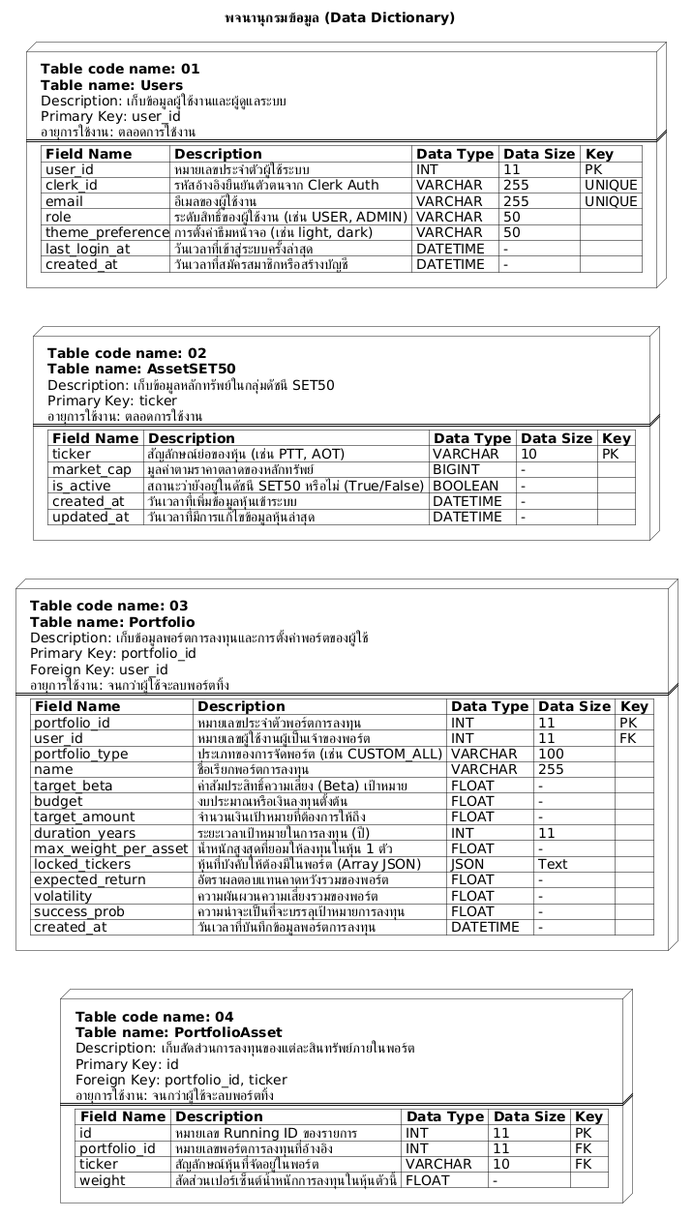
This is docs/diagrams/er/data_dictionary.png from Anatta-at/my-portfolio-app, a PlantUML export, as it was before one commit. The source it was exported from:
```plantuml
@startuml
skinparam defaultFontName "Sarabun"
skinparam monochrome true
skinparam shadowing false
skinparam nodesep 40
skinparam ranksep 40
skinparam nodeBackgroundColor white

title พจนานุกรมข้อมูล (Data Dictionary)

node Users [
**Table code name: 01**
**Table name: Users**
Description: เก็บข้อมูลผู้ใช้งานและผู้ดูแลระบบ
Primary Key: user_id
อายุการใช้งาน: ตลอดการใช้งาน
====
|= Field Name |= Description |= Data Type |= Data Size |= Key |
| user_id | หมายเลขประจำตัวผู้ใช้ระบบ | INT | 11 | PK |
| clerk_id | รหัสอ้างอิงยืนยันตัวตนจาก Clerk Auth | VARCHAR | 255 | UNIQUE |
| email | อีเมลของผู้ใช้งาน | VARCHAR | 255 | UNIQUE |
| role | ระดับสิทธิ์ของผู้ใช้งาน (เช่น USER, ADMIN) | VARCHAR | 50 | |
| theme_preference| การตั้งค่าธีมหน้าจอ (เช่น light, dark) | VARCHAR | 50 | |
| last_login_at | วันเวลาที่เข้าสู่ระบบครั้งล่าสุด | DATETIME | - | |
| created_at | วันเวลาที่สมัครสมาชิกหรือสร้างบัญชี | DATETIME | - | |
]

node AssetSET50 [
**Table code name: 02**
**Table name: AssetSET50**
Description: เก็บข้อมูลหลักทรัพย์ในกลุ่มดัชนี SET50
Primary Key: ticker
อายุการใช้งาน: ตลอดการใช้งาน
====
|= Field Name |= Description |= Data Type |= Data Size |= Key |
| ticker | สัญลักษณ์ย่อของหุ้น (เช่น PTT, AOT) | VARCHAR | 10 | PK |
| market_cap | มูลค่าตามราคาตลาดของหลักทรัพย์ | BIGINT | - | |
| is_active | สถานะว่ายังอยู่ในดัชนี SET50 หรือไม่ (True/False) | BOOLEAN | - | |
| created_at | วันเวลาที่เพิ่มข้อมูลหุ้นเข้าระบบ | DATETIME | - | |
| updated_at | วันเวลาที่มีการแก้ไขข้อมูลหุ้นล่าสุด | DATETIME | - | |
]

node Portfolio [
**Table code name: 03**
**Table name: Portfolio**
Description: เก็บข้อมูลพอร์ตการลงทุนและการตั้งค่าพอร์ตของผู้ใช้
Primary Key: portfolio_id
Foreign Key: user_id
อายุการใช้งาน: จนกว่าผู้ใช้จะลบพอร์ตทิ้ง
====
|= Field Name |= Description |= Data Type |= Data Size |= Key |
| portfolio_id | หมายเลขประจำตัวพอร์ตการลงทุน | INT | 11 | PK |
| user_id | หมายเลขผู้ใช้งานผู้เป็นเจ้าของพอร์ต | INT | 11 | FK |
| portfolio_type| ประเภทของการจัดพอร์ต (เช่น CUSTOM_ALL) | VARCHAR | 100 | |
| name | ชื่อเรียกพอร์ตการลงทุน | VARCHAR | 255 | |
| target_beta | ค่าสัมประสิทธิ์ความเสี่ยง (Beta) เป้าหมาย | FLOAT | - | |
| budget | งบประมาณหรือเงินลงทุนตั้งต้น | FLOAT | - | |
| target_amount | จำนวนเงินเป้าหมายที่ต้องการให้ถึง | FLOAT | - | |
| duration_years| ระยะเวลาเป้าหมายในการลงทุน (ปี) | INT | 11 | |
| max_weight_per_asset | น้ำหนักสูงสุดที่ยอมให้ลงทุนในหุ้น 1 ตัว | FLOAT | - | |
| locked_tickers| หุ้นที่บังคับให้ต้องมีในพอร์ต (Array JSON) | JSON | Text | |
| expected_return| อัตราผลตอบแทนคาดหวังรวมของพอร์ต | FLOAT | - | |
| volatility | ความผันผวนความเสี่ยงรวมของพอร์ต | FLOAT | - | |
| success_prob | ความน่าจะเป็นที่จะบรรลุเป้าหมายการลงทุน | FLOAT | - | |
| created_at | วันเวลาที่บันทึกข้อมูลพอร์ตการลงทุน | DATETIME | - | |
]

node PortfolioAsset [
**Table code name: 04**
**Table name: PortfolioAsset**
Description: เก็บสัดส่วนการลงทุนของแต่ละสินทรัพย์ภายในพอร์ต
Primary Key: id
Foreign Key: portfolio_id, ticker
อายุการใช้งาน: จนกว่าผู้ใช้จะลบพอร์ตทิ้ง
====
|= Field Name |= Description |= Data Type |= Data Size |= Key |
| id | หมายเลข Running ID ของรายการ | INT | 11 | PK |
| portfolio_id | หมายเลขพอร์ตการลงทุนที่อ้างอิง | INT | 11 | FK |
| ticker | สัญลักษณ์หุ้นที่จัดอยู่ในพอร์ต | VARCHAR | 10 | FK |
| weight | สัดส่วนเปอร์เซ็นต์น้ำหนักการลงทุนในหุ้นตัวนี้ | FLOAT | - | |
]

Users -[hidden]down- AssetSET50
AssetSET50 -[hidden]down- Portfolio
Portfolio -[hidden]down- PortfolioAsset

@enduml
```
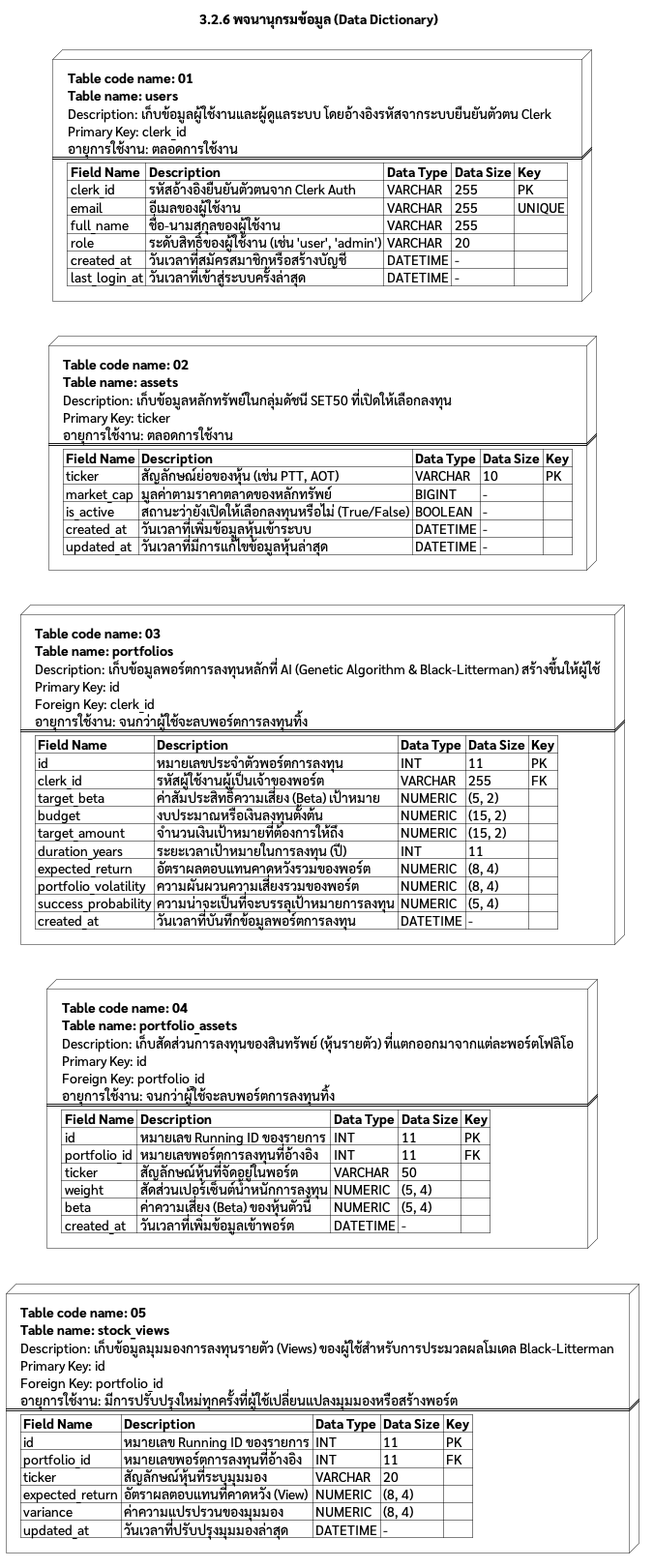
The same diagram one commit later.

Commit message:
docs: Update Class Diagram and ER Diagrams (Crow's Foot, Chen's Notation) to match latest Data Dictionary

Diff of the diagram source:
```diff
@@ -1,4 +1,5 @@
 @startuml
+!pragma layout smetana
 skinparam defaultFontName "Sarabun"
 skinparam monochrome true
 skinparam shadowing false
@@ -6,82 +7,97 @@
 skinparam ranksep 40
 skinparam nodeBackgroundColor white
 
-title พจนานุกรมข้อมูล (Data Dictionary)
+title 3.2.6 พจนานุกรมข้อมูล (Data Dictionary)
 
-node Users [
+node users [
 **Table code name: 01**
-**Table name: Users**
-Description: เก็บข้อมูลผู้ใช้งานและผู้ดูแลระบบ
-Primary Key: user_id
+**Table name: users**
+Description: เก็บข้อมูลผู้ใช้งานและผู้ดูแลระบบ โดยอ้างอิงรหัสจากระบบยืนยันตัวตน Clerk
+Primary Key: clerk_id
 อายุการใช้งาน: ตลอดการใช้งาน
 ====
 |= Field Name |= Description |= Data Type |= Data Size |= Key |
-| user_id | หมายเลขประจำตัวผู้ใช้ระบบ | INT | 11 | PK |
-| clerk_id | รหัสอ้างอิงยืนยันตัวตนจาก Clerk Auth | VARCHAR | 255 | UNIQUE |
+| clerk_id | รหัสอ้างอิงยืนยันตัวตนจาก Clerk Auth | VARCHAR | 255 | PK |
 | email | อีเมลของผู้ใช้งาน | VARCHAR | 255 | UNIQUE |
-| role | ระดับสิทธิ์ของผู้ใช้งาน (เช่น USER, ADMIN) | VARCHAR | 50 | |
-| theme_preference| การตั้งค่าธีมหน้าจอ (เช่น light, dark) | VARCHAR | 50 | |
+| full_name | ชื่อ-นามสกุลของผู้ใช้งาน | VARCHAR | 255 | |
+| role | ระดับสิทธิ์ของผู้ใช้งาน (เช่น 'user', 'admin') | VARCHAR | 20 | |
+| created_at | วันเวลาที่สมัครสมาชิกหรือสร้างบัญชี | DATETIME | - | |
 | last_login_at | วันเวลาที่เข้าสู่ระบบครั้งล่าสุด | DATETIME | - | |
-| created_at | วันเวลาที่สมัครสมาชิกหรือสร้างบัญชี | DATETIME | - | |
 ]
 
-node AssetSET50 [
+node assets [
 **Table code name: 02**
-**Table name: AssetSET50**
-Description: เก็บข้อมูลหลักทรัพย์ในกลุ่มดัชนี SET50
+**Table name: assets**
+Description: เก็บข้อมูลหลักทรัพย์ในกลุ่มดัชนี SET50 ที่เปิดให้เลือกลงทุน
 Primary Key: ticker
 อายุการใช้งาน: ตลอดการใช้งาน
 ====
 |= Field Name |= Description |= Data Type |= Data Size |= Key |
 | ticker | สัญลักษณ์ย่อของหุ้น (เช่น PTT, AOT) | VARCHAR | 10 | PK |
 | market_cap | มูลค่าตามราคาตลาดของหลักทรัพย์ | BIGINT | - | |
-| is_active | สถานะว่ายังอยู่ในดัชนี SET50 หรือไม่ (True/False) | BOOLEAN | - | |
+| is_active | สถานะว่ายังเปิดให้เลือกลงทุนหรือไม่ (True/False) | BOOLEAN | - | |
 | created_at | วันเวลาที่เพิ่มข้อมูลหุ้นเข้าระบบ | DATETIME | - | |
 | updated_at | วันเวลาที่มีการแก้ไขข้อมูลหุ้นล่าสุด | DATETIME | - | |
 ]
 
-node Portfolio [
+node portfolios [
 **Table code name: 03**
-**Table name: Portfolio**
-Description: เก็บข้อมูลพอร์ตการลงทุนและการตั้งค่าพอร์ตของผู้ใช้
-Primary Key: portfolio_id
-Foreign Key: user_id
-อายุการใช้งาน: จนกว่าผู้ใช้จะลบพอร์ตทิ้ง
+**Table name: portfolios**
+Description: เก็บข้อมูลพอร์ตการลงทุนหลักที่ AI (Genetic Algorithm & Black-Litterman) สร้างขึ้นให้ผู้ใช้
+Primary Key: id
+Foreign Key: clerk_id
+อายุการใช้งาน: จนกว่าผู้ใช้จะลบพอร์ตการลงทุนทิ้ง
 ====
 |= Field Name |= Description |= Data Type |= Data Size |= Key |
-| portfolio_id | หมายเลขประจำตัวพอร์ตการลงทุน | INT | 11 | PK |
-| user_id | หมายเลขผู้ใช้งานผู้เป็นเจ้าของพอร์ต | INT | 11 | FK |
-| portfolio_type| ประเภทของการจัดพอร์ต (เช่น CUSTOM_ALL) | VARCHAR | 100 | |
-| name | ชื่อเรียกพอร์ตการลงทุน | VARCHAR | 255 | |
-| target_beta | ค่าสัมประสิทธิ์ความเสี่ยง (Beta) เป้าหมาย | FLOAT | - | |
-| budget | งบประมาณหรือเงินลงทุนตั้งต้น | FLOAT | - | |
-| target_amount | จำนวนเงินเป้าหมายที่ต้องการให้ถึง | FLOAT | - | |
-| duration_years| ระยะเวลาเป้าหมายในการลงทุน (ปี) | INT | 11 | |
-| max_weight_per_asset | น้ำหนักสูงสุดที่ยอมให้ลงทุนในหุ้น 1 ตัว | FLOAT | - | |
-| locked_tickers| หุ้นที่บังคับให้ต้องมีในพอร์ต (Array JSON) | JSON | Text | |
-| expected_return| อัตราผลตอบแทนคาดหวังรวมของพอร์ต | FLOAT | - | |
-| volatility | ความผันผวนความเสี่ยงรวมของพอร์ต | FLOAT | - | |
-| success_prob | ความน่าจะเป็นที่จะบรรลุเป้าหมายการลงทุน | FLOAT | - | |
+| id | หมายเลขประจำตัวพอร์ตการลงทุน | INT | 11 | PK |
+| clerk_id | รหัสผู้ใช้งานผู้เป็นเจ้าของพอร์ต | VARCHAR | 255 | FK |
+| target_beta | ค่าสัมประสิทธิ์ความเสี่ยง (Beta) เป้าหมาย | NUMERIC | (5, 2) | |
+| budget | งบประมาณหรือเงินลงทุนตั้งต้น | NUMERIC | (15, 2)| |
+| target_amount | จำนวนเงินเป้าหมายที่ต้องการให้ถึง | NUMERIC | (15, 2)| |
+| duration_years | ระยะเวลาเป้าหมายในการลงทุน (ปี) | INT | 11 | |
+| expected_return | อัตราผลตอบแทนคาดหวังรวมของพอร์ต | NUMERIC | (8, 4) | |
+| portfolio_volatility | ความผันผวนความเสี่ยงรวมของพอร์ต | NUMERIC | (8, 4) | |
+| success_probability | ความน่าจะเป็นที่จะบรรลุเป้าหมายการลงทุน | NUMERIC | (5, 4) | |
 | created_at | วันเวลาที่บันทึกข้อมูลพอร์ตการลงทุน | DATETIME | - | |
 ]
 
-node PortfolioAsset [
+node portfolio_assets [
 **Table code name: 04**
-**Table name: PortfolioAsset**
-Description: เก็บสัดส่วนการลงทุนของแต่ละสินทรัพย์ภายในพอร์ต
+**Table name: portfolio_assets**
+Description: เก็บสัดส่วนการลงทุนของสินทรัพย์ (หุ้นรายตัว) ที่แตกออกมาจากแต่ละพอร์ตโฟลิโอ
 Primary Key: id
-Foreign Key: portfolio_id, ticker
-อายุการใช้งาน: จนกว่าผู้ใช้จะลบพอร์ตทิ้ง
+Foreign Key: portfolio_id
+อายุการใช้งาน: จนกว่าผู้ใช้จะลบพอร์ตการลงทุนทิ้ง
 ====
 |= Field Name |= Description |= Data Type |= Data Size |= Key |
 | id | หมายเลข Running ID ของรายการ | INT | 11 | PK |
 | portfolio_id | หมายเลขพอร์ตการลงทุนที่อ้างอิง | INT | 11 | FK |
-| ticker | สัญลักษณ์หุ้นที่จัดอยู่ในพอร์ต | VARCHAR | 10 | FK |
-| weight | สัดส่วนเปอร์เซ็นต์น้ำหนักการลงทุนในหุ้นตัวนี้ | FLOAT | - | |
+| ticker | สัญลักษณ์หุ้นที่จัดอยู่ในพอร์ต | VARCHAR | 50 | |
+| weight | สัดส่วนเปอร์เซ็นต์น้ำหนักการลงทุน | NUMERIC | (5, 4) | |
+| beta | ค่าความเสี่ยง (Beta) ของหุ้นตัวนี้ | NUMERIC | (5, 4) | |
+| created_at | วันเวลาที่เพิ่มข้อมูลเข้าพอร์ต | DATETIME | - | |
 ]
 
-Users -[hidden]down- AssetSET50
-AssetSET50 -[hidden]down- Portfolio
-Portfolio -[hidden]down- PortfolioAsset
+node stock_views [
+**Table code name: 05**
+**Table name: stock_views**
+Description: เก็บข้อมูลมุมมองการลงทุนรายตัว (Views) ของผู้ใช้สำหรับการประมวลผลโมเดล Black-Litterman
+Primary Key: id
+Foreign Key: portfolio_id
+อายุการใช้งาน: มีการปรับปรุงใหม่ทุกครั้งที่ผู้ใช้เปลี่ยนแปลงมุมมองหรือสร้างพอร์ต
+====
+|= Field Name |= Description |= Data Type |= Data Size |= Key |
+| id | หมายเลข Running ID ของรายการ | INT | 11 | PK |
+| portfolio_id | หมายเลขพอร์ตการลงทุนที่อ้างอิง | INT | 11 | FK |
+| ticker | สัญลักษณ์หุ้นที่ระบุมุมมอง | VARCHAR | 20 | |
+| expected_return | อัตราผลตอบแทนที่คาดหวัง (View) | NUMERIC | (8, 4) | |
+| variance | ค่าความแปรปรวนของมุมมอง | NUMERIC | (8, 4) | |
+| updated_at | วันเวลาที่ปรับปรุงมุมมองล่าสุด | DATETIME | - | |
+]
+
+users -[hidden]down- assets
+assets -[hidden]down- portfolios
+portfolios -[hidden]down- portfolio_assets
+portfolio_assets -[hidden]down- stock_views
 
 @enduml
```
